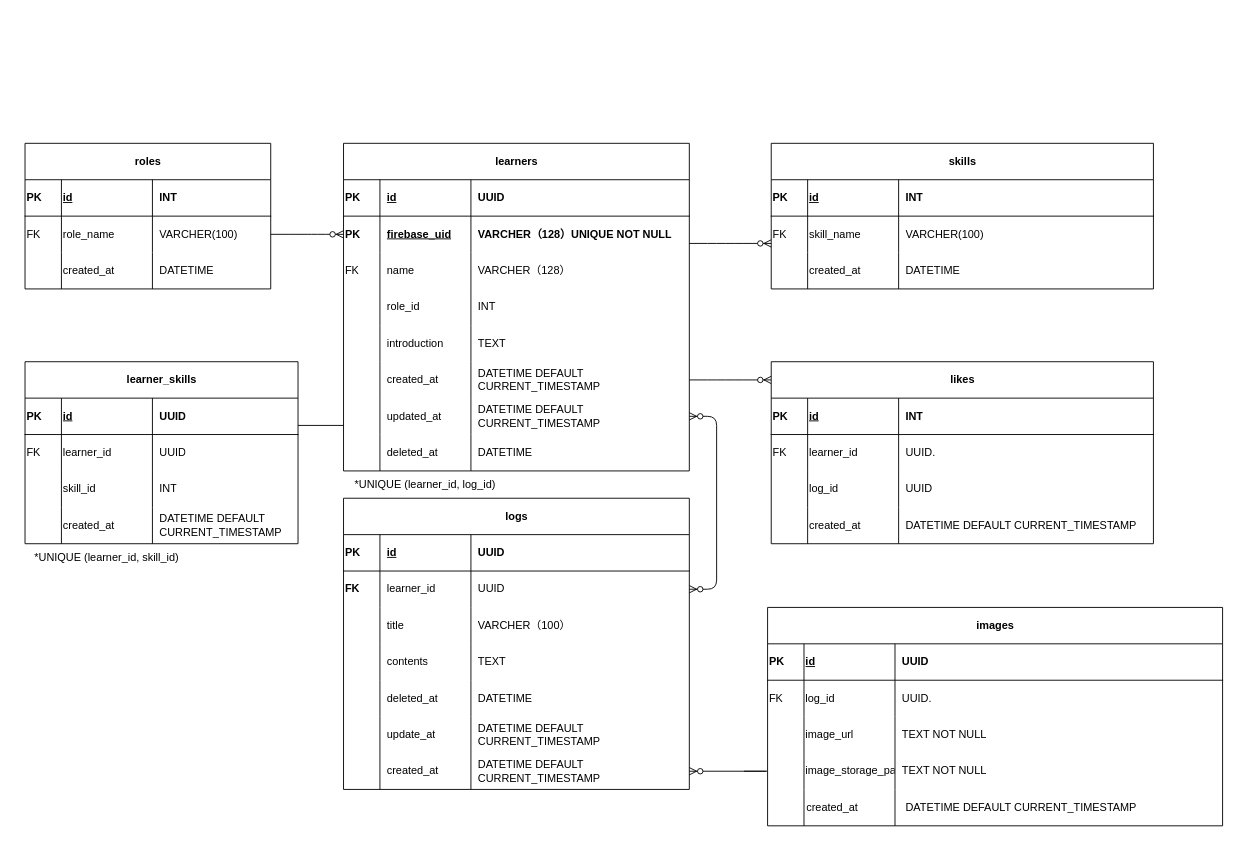
Before: docs/.drawio in ERIKOABE-hub/Logddy, a draw.io diagram. Source tidied: cells renumbered, new cells numbered last; positions are measured from the earlier drawing's top-left corner, leaving out a move shared by most shapes. Both pictures are drawn from the tidied source at 91%, with x=0, y=0 at pixel (15, 15).
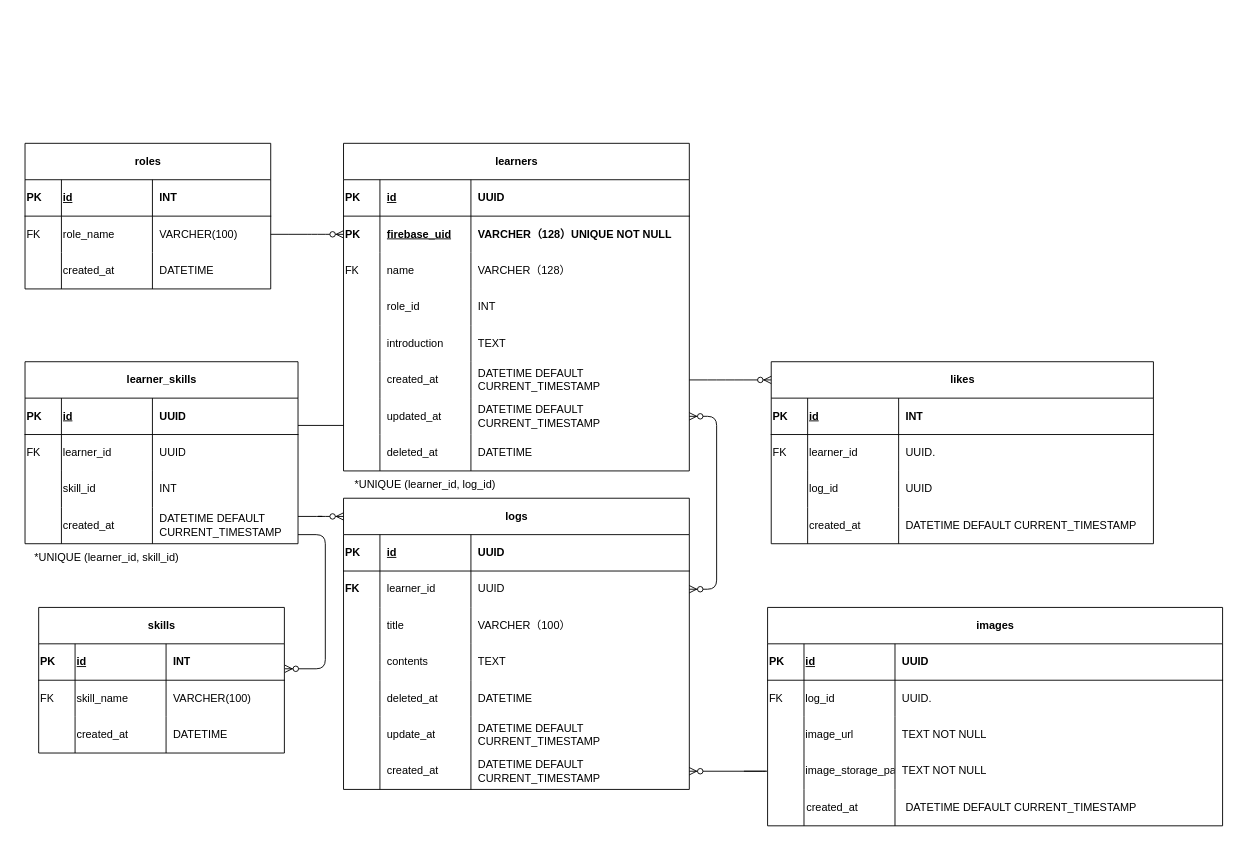
The same page after the edit.

Commit message:
fix: skillsテーブルのリレーションを修正

Change to the diagram source:
```diff
@@
     <mxCell id="45" value="skills" style="shape=table;startSize=40;childLayout=tableLayout;rowLines=0;fontStyle=1;align=center;html=1;strokeColor=default;fontColor=#000000;fontFamily=Helvetica;" parent="1" vertex="1">
-      <mxGeometry x="830" y="140" width="420" height="160" as="geometry" />
+      <mxGeometry x="25" y="650" width="270" height="160" as="geometry" />
     </mxCell>
     <mxCell id="46" style="shape=tableRow;horizontal=0;startSize=0;swimlaneHead=0;swimlaneBody=0;fillColor=none;points=[[0,0.5],[1,0.5]];portConstraint=eastwest;top=0;left=0;right=0;bottom=1;fontColor=#000000;fontFamily=Helvetica;align=left;" parent="45" vertex="1">
-      <mxGeometry y="40" width="420" height="40" as="geometry" />
+      <mxGeometry y="40" width="270" height="40" as="geometry" />
     </mxCell>
@@
     <mxCell id="49" value="INT" style="shape=partialRectangle;fillColor=none;top=0;left=0;bottom=0;right=0;align=left;spacingLeft=6;fontStyle=1;overflow=hidden;whiteSpace=wrap;html=1;fontColor=#000000;fontFamily=Helvetica;" parent="46" vertex="1">
-      <mxGeometry x="140" width="280" height="40" as="geometry" />
+      <mxGeometry x="140" width="130" height="40" as="geometry" />
     </mxCell>
     <mxCell id="50" style="shape=tableRow;horizontal=0;startSize=0;swimlaneHead=0;swimlaneBody=0;fillColor=none;top=0;left=0;right=0;bottom=0;fontColor=#000000;fontFamily=Helvetica;align=left;" parent="45" vertex="1">
-      <mxGeometry y="80" width="420" height="40" as="geometry" />
+      <mxGeometry y="80" width="270" height="40" as="geometry" />
     </mxCell>
@@
     <mxCell id="53" value="VARCHER(100)" style="shape=partialRectangle;fillColor=none;top=0;left=0;bottom=0;right=0;align=left;spacingLeft=6;overflow=hidden;whiteSpace=wrap;html=1;fontColor=#000000;fontFamily=Helvetica;" parent="50" vertex="1">
-      <mxGeometry x="140" width="280" height="40" as="geometry" />
+      <mxGeometry x="140" width="130" height="40" as="geometry" />
     </mxCell>
     <mxCell id="54" style="shape=tableRow;horizontal=0;startSize=0;swimlaneHead=0;swimlaneBody=0;fillColor=none;top=0;left=0;right=0;bottom=0;fontColor=#000000;fontFamily=Helvetica;align=left;" parent="45" vertex="1">
-      <mxGeometry y="120" width="420" height="40" as="geometry" />
+      <mxGeometry y="120" width="270" height="40" as="geometry" />
     </mxCell>
@@
     <mxCell id="57" value="&lt;span class=&quot;notion-enable-hover&quot; style=&quot;fill: rgb(56, 125, 201); isolation: auto;&quot;&gt;DATETIME&amp;nbsp;&lt;/span&gt;" style="shape=partialRectangle;fillColor=none;top=0;left=0;bottom=0;right=0;align=left;spacingLeft=6;overflow=hidden;whiteSpace=wrap;html=1;fontColor=#000000;fontFamily=Helvetica;" parent="54" vertex="1">
-      <mxGeometry x="140" width="280" height="40" as="geometry" />
+      <mxGeometry x="140" width="130" height="40" as="geometry" />
     </mxCell>
@@
     <mxCell id="124" style="edgeStyle=entityRelationEdgeStyle;fontSize=12;html=1;endArrow=ERzeroToMany;endFill=1;" parent="1" edge="1">
       <mxGeometry relative="1" as="geometry">
-        <mxPoint x="740" y="250" as="sourcePoint" />
-        <mxPoint x="830" y="250" as="targetPoint" />
+        <mxPoint x="310" y="550" as="sourcePoint" />
+        <mxPoint x="360" y="550" as="targetPoint" />
         <Array as="points">
-          <mxPoint x="820" y="250" />
-          <mxPoint x="780" y="270.6" />
-          <mxPoint x="810" y="280.6" />
-          <mxPoint x="770" y="260.6" />
-          <mxPoint x="820" y="270" />
-          <mxPoint x="860" y="290" />
+          <mxPoint x="390" y="550" />
+          <mxPoint x="350" y="570.6" />
+          <mxPoint x="380" y="580.6" />
+          <mxPoint x="340" y="560.6" />
+          <mxPoint x="390" y="570" />
+          <mxPoint x="430" y="590" />
         </Array>
       </mxGeometry>
     </mxCell>
@@
+    <mxCell id="154" style="edgeStyle=entityRelationEdgeStyle;fontSize=12;html=1;endArrow=ERzeroToMany;endFill=1;entryX=1.002;entryY=0.686;entryDx=0;entryDy=0;entryPerimeter=0;" parent="1" edge="1" target="46">
+      <mxGeometry relative="1" as="geometry">
+        <mxPoint x="310" y="570" as="sourcePoint" />
+        <Array as="points">
+          <mxPoint x="390" y="570" />
+          <mxPoint x="350" y="590.6" />
+          <mxPoint x="380" y="600.6" />
+          <mxPoint x="340" y="580.6" />
+          <mxPoint x="390" y="590" />
+          <mxPoint x="430" y="610" />
+        </Array>
+      </mxGeometry>
+    </mxCell>
```
